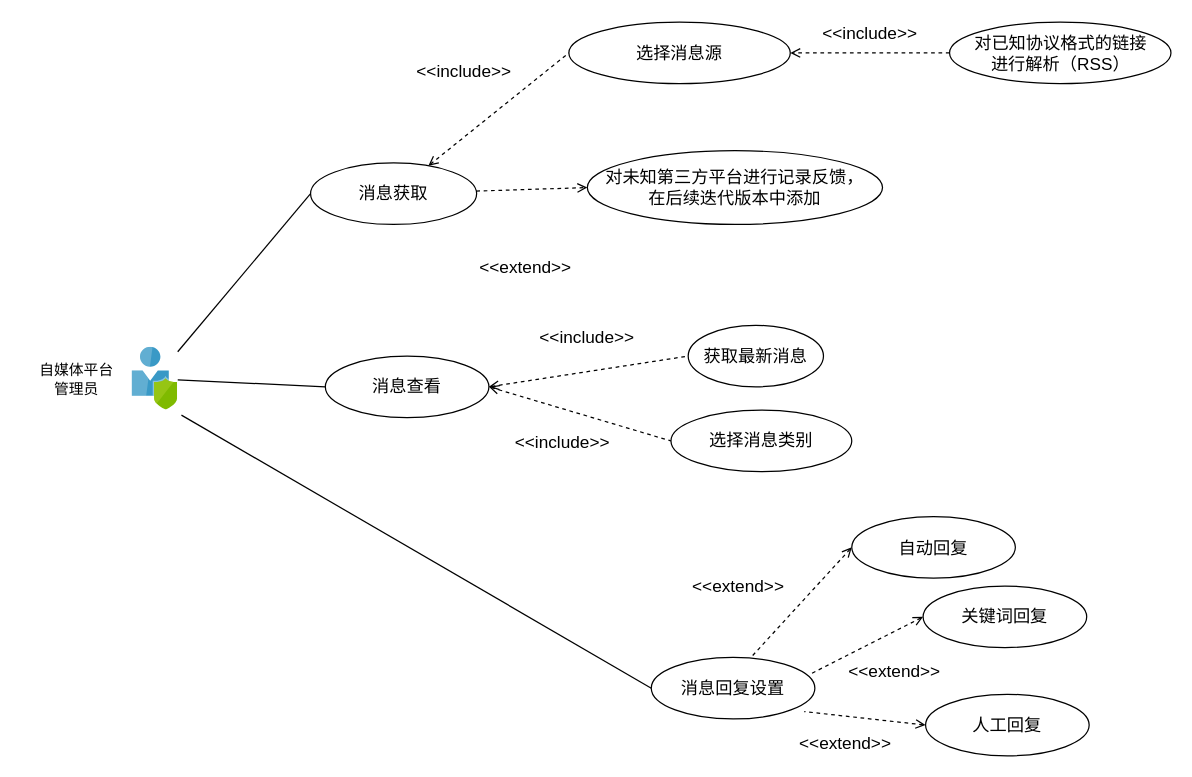
The draw.io diagram 1-SoftwareRequirements/Messages/msg_usercase.drawio in zan-press/diagram, before the edit. Source tidied: cells renumbered, new cells numbered last; positions are measured from the earlier drawing's top-left corner, leaving out a move shared by most shapes. Both pictures are drawn from the tidied source at 123%, with x=0, y=0 at pixel (21, 21).
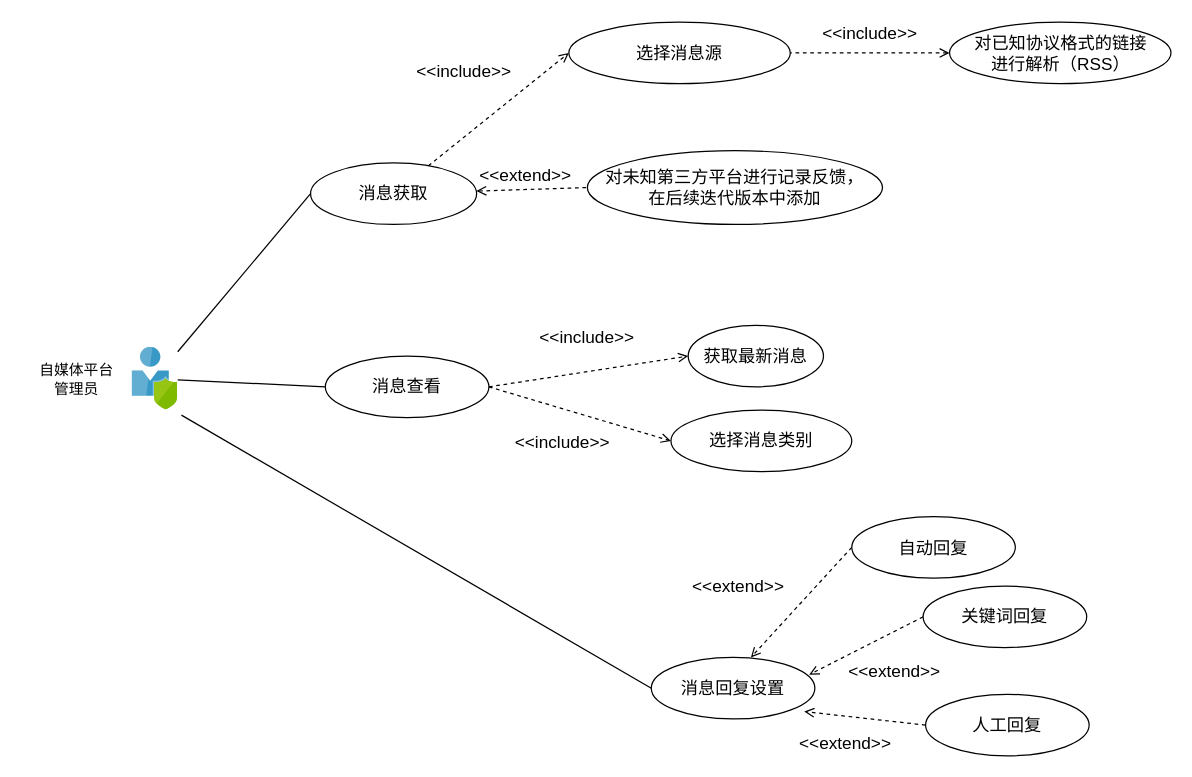
Above is the later version.

Unchanged cells that the change refers to:
```xml
<mxCell id="8" value="消息获取" style="ellipse;whiteSpace=wrap;html=1;fontFamily=SF Mono;fontSize=14;" parent="1" vertex="1">
  <mxGeometry x="235" y="115" width="135" height="50" as="geometry" />
</mxCell>
<mxCell id="10" value="获取最新消息" style="ellipse;whiteSpace=wrap;html=1;fontFamily=SF Mono;fontSize=14;" parent="1" vertex="1">
  <mxGeometry x="542" y="247" width="110" height="50" as="geometry" />
</mxCell>
<mxCell id="11" value="选择消息类别" style="ellipse;whiteSpace=wrap;html=1;fontFamily=SF Mono;fontSize=14;" parent="1" vertex="1">
  <mxGeometry x="528" y="316" width="147" height="50" as="geometry" />
</mxCell>
<mxCell id="13" value="消息查看" style="ellipse;whiteSpace=wrap;html=1;fontFamily=SF Mono;fontSize=14;" parent="1" vertex="1">
  <mxGeometry x="247" y="272" width="133" height="50" as="geometry" />
</mxCell>
<mxCell id="14" value="选择消息源" style="ellipse;whiteSpace=wrap;html=1;fontFamily=SF Mono;fontSize=14;" parent="1" vertex="1">
  <mxGeometry x="445" y="0.5" width="180" height="50" as="geometry" />
</mxCell>
<mxCell id="17" value="对已知协议格式的链接&lt;br&gt;进行解析（RSS）" style="ellipse;whiteSpace=wrap;html=1;fontFamily=SF Mono;fontSize=14;" parent="1" vertex="1">
  <mxGeometry x="754.5" y="0.5" width="180" height="50" as="geometry" />
</mxCell>
<mxCell id="18" value="对未知第三方平台进行记录反馈，&lt;br&gt;在后续迭代版本中添加" style="ellipse;whiteSpace=wrap;html=1;fontFamily=SF Mono;fontSize=14;" parent="1" vertex="1">
  <mxGeometry x="460" y="105" width="240" height="60" as="geometry" />
</mxCell>
<mxCell id="24" value="消息回复设置" style="ellipse;whiteSpace=wrap;html=1;fontFamily=SF Mono;fontSize=14;" parent="1" vertex="1">
  <mxGeometry x="512" y="517" width="133" height="50" as="geometry" />
</mxCell>
<mxCell id="26" value="自动回复" style="ellipse;whiteSpace=wrap;html=1;fontFamily=SF Mono;fontSize=14;" parent="1" vertex="1">
  <mxGeometry x="675" y="402.5" width="133" height="50" as="geometry" />
</mxCell>
<mxCell id="28" value="关键词回复" style="ellipse;whiteSpace=wrap;html=1;fontFamily=SF Mono;fontSize=14;" parent="1" vertex="1">
  <mxGeometry x="733" y="459" width="133" height="50" as="geometry" />
</mxCell>
<mxCell id="30" value="人工回复" style="ellipse;whiteSpace=wrap;html=1;fontFamily=SF Mono;fontSize=14;" parent="1" vertex="1">
  <mxGeometry x="735" y="547" width="133" height="50" as="geometry" />
</mxCell>
```

The edit, as a diff of the source:
```diff
@@
-    <mxCell id="6" style="edgeStyle=none;rounded=0;jettySize=auto;html=1;entryX=0;entryY=0.5;entryDx=0;entryDy=0;dashed=1;startArrow=open;startFill=0;endArrow=none;endFill=0;fontFamily=SF Mono;fontSize=14;exitX=1;exitY=0.5;exitDx=0;exitDy=0;" parent="1" edge="1" source="13" target="10">
+    <mxCell id="6" style="edgeStyle=none;rounded=0;jettySize=auto;html=1;entryX=0;entryY=0.5;entryDx=0;entryDy=0;dashed=1;startArrow=none;startFill=0;endArrow=open;endFill=0;fontFamily=SF Mono;fontSize=14;exitX=1;exitY=0.5;exitDx=0;exitDy=0;" parent="1" edge="1" source="13" target="10">
       <mxGeometry relative="1" as="geometry" />
     </mxCell>
-    <mxCell id="7" style="edgeStyle=none;rounded=0;jettySize=auto;html=1;entryX=0;entryY=0.5;entryDx=0;entryDy=0;dashed=1;startArrow=open;startFill=0;endArrow=none;endFill=0;fontFamily=SF Mono;fontSize=14;exitX=1;exitY=0.5;exitDx=0;exitDy=0;" parent="1" edge="1" source="13" target="11">
+    <mxCell id="7" style="edgeStyle=none;rounded=0;jettySize=auto;html=1;entryX=0;entryY=0.5;entryDx=0;entryDy=0;dashed=1;startArrow=none;startFill=0;endArrow=open;endFill=0;fontFamily=SF Mono;fontSize=14;exitX=1;exitY=0.5;exitDx=0;exitDy=0;" parent="1" edge="1" source="13" target="11">
       <mxGeometry relative="1" as="geometry" />
     </mxCell>
@@
     <mxCell id="9" value="&amp;lt;&amp;lt;extend&amp;gt;&amp;gt;" style="text;html=1;strokeColor=none;fillColor=none;align=center;verticalAlign=middle;whiteSpace=wrap;rounded=0;fontFamily=SF Mono;fontSize=14;rotation=0;" parent="1" vertex="1">
-      <mxGeometry x="360" y="190" width="100" height="20" as="geometry" />
+      <mxGeometry x="360" y="115" width="100" height="20" as="geometry" />
     </mxCell>
@@
-    <mxCell id="15" style="edgeStyle=none;rounded=0;jettySize=auto;html=1;entryX=0;entryY=0.5;entryDx=0;entryDy=0;dashed=1;startArrow=open;startFill=0;endArrow=none;endFill=0;fontFamily=SF Mono;fontSize=14;" parent="1" edge="1" source="8" target="14">
+    <mxCell id="15" style="edgeStyle=none;rounded=0;jettySize=auto;html=1;entryX=0;entryY=0.5;entryDx=0;entryDy=0;dashed=1;startArrow=none;startFill=0;endArrow=open;endFill=0;fontFamily=SF Mono;fontSize=14;" parent="1" edge="1" source="8" target="14">
       <mxGeometry relative="1" as="geometry" />
     </mxCell>
-    <mxCell id="16" style="edgeStyle=none;rounded=0;jettySize=auto;html=1;exitX=0;exitY=0.5;exitDx=0;exitDy=0;dashed=1;startArrow=none;startFill=0;endArrow=open;endFill=0;fontFamily=SF Mono;" parent="1" edge="1" source="17" target="14">
+    <mxCell id="16" style="edgeStyle=none;rounded=0;jettySize=auto;html=1;exitX=0;exitY=0.5;exitDx=0;exitDy=0;dashed=1;startArrow=open;startFill=0;endArrow=none;endFill=0;fontFamily=SF Mono;" parent="1" edge="1" source="17" target="14">
       <mxGeometry relative="1" as="geometry" />
     </mxCell>
@@
-    <mxCell id="19" style="edgeStyle=none;rounded=0;jettySize=auto;html=1;dashed=1;startArrow=none;startFill=0;endArrow=open;endFill=0;fontFamily=SF Mono;fontSize=14;entryX=0;entryY=0.5;entryDx=0;entryDy=0;" parent="1" edge="1" source="8" target="18">
+    <mxCell id="19" style="edgeStyle=none;rounded=0;jettySize=auto;html=1;dashed=1;startArrow=open;startFill=0;endArrow=none;endFill=0;fontFamily=SF Mono;fontSize=14;entryX=0;entryY=0.5;entryDx=0;entryDy=0;" parent="1" edge="1" source="8" target="18">
       <mxGeometry relative="1" as="geometry" />
     </mxCell>
@@
-    <mxCell id="25" style="edgeStyle=none;rounded=0;jettySize=auto;html=1;exitX=0;exitY=0.5;exitDx=0;exitDy=0;dashed=1;startArrow=open;startFill=0;endArrow=none;endFill=0;fontFamily=SF Mono;" parent="1" edge="1" source="26">
+    <mxCell id="25" style="edgeStyle=none;rounded=0;jettySize=auto;html=1;exitX=0;exitY=0.5;exitDx=0;exitDy=0;dashed=1;startArrow=none;startFill=0;endArrow=open;endFill=0;fontFamily=SF Mono;" parent="1" edge="1" source="26">
       <mxGeometry relative="1" as="geometry">
         <mxPoint x="593" y="517" as="targetPoint" />
       </mxGeometry>
     </mxCell>
@@
-    <mxCell id="27" style="edgeStyle=none;rounded=0;jettySize=auto;html=1;exitX=0;exitY=0.5;exitDx=0;exitDy=0;entryX=0.965;entryY=0.28;entryDx=0;entryDy=0;entryPerimeter=0;dashed=1;startArrow=open;startFill=0;endArrow=none;endFill=0;fontFamily=SF Mono;" parent="1" edge="1" source="28" target="24">
+    <mxCell id="27" style="edgeStyle=none;rounded=0;jettySize=auto;html=1;exitX=0;exitY=0.5;exitDx=0;exitDy=0;entryX=0.965;entryY=0.28;entryDx=0;entryDy=0;entryPerimeter=0;dashed=1;startArrow=none;startFill=0;endArrow=open;endFill=0;fontFamily=SF Mono;" parent="1" edge="1" source="28" target="24">
       <mxGeometry relative="1" as="geometry" />
     </mxCell>
@@
-    <mxCell id="29" style="edgeStyle=none;rounded=0;jettySize=auto;html=1;exitX=0;exitY=0.5;exitDx=0;exitDy=0;entryX=0.935;entryY=0.88;entryDx=0;entryDy=0;entryPerimeter=0;dashed=1;startArrow=open;startFill=0;endArrow=none;endFill=0;fontFamily=SF Mono;" parent="1" edge="1" source="30" target="24">
+    <mxCell id="29" style="edgeStyle=none;rounded=0;jettySize=auto;html=1;exitX=0;exitY=0.5;exitDx=0;exitDy=0;entryX=0.935;entryY=0.88;entryDx=0;entryDy=0;entryPerimeter=0;dashed=1;startArrow=none;startFill=0;endArrow=open;endFill=0;fontFamily=SF Mono;" parent="1" edge="1" source="30" target="24">
       <mxGeometry relative="1" as="geometry" />
     </mxCell>
```
